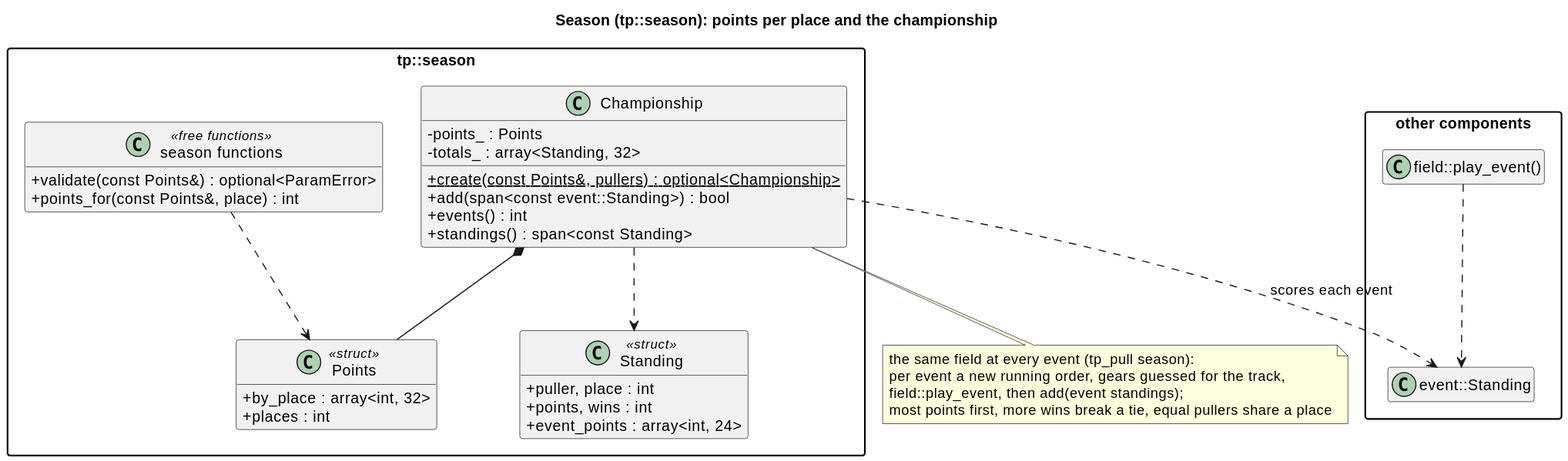
Earlier version of the PlantUML export docs/diagrams/svg/season_classes.svg (wversteeg/TractorPulling). Its diagram source:
```plantuml
@startuml
title Season (tp::season): points per place and the championship
hide empty members
skinparam packageStyle rectangle
skinparam classAttributeIconSize 0

package "other components" {
  class "event::Standing" as EventStanding
  class "field::play_event()" as Play
}

package "tp::season" {
  class Points <<struct>> {
    +by_place : array<int, 32>
    +places : int
  }
  class Standing <<struct>> {
    +puller, place : int
    +points, wins : int
    +event_points : array<int, 24>
  }
  class Championship {
    -points_ : Points
    -totals_ : array<Standing, 32>
    +{static} create(const Points&, pullers) : optional<Championship>
    +add(span<const event::Standing>) : bool
    +events() : int
    +standings() : span<const Standing>
  }
  class "season functions" as SeasonFns <<free functions>> {
    +validate(const Points&) : optional<ParamError>
    +points_for(const Points&, place) : int
  }
  Championship *-- Points
  Championship ..> Standing
  SeasonFns ..> Points
}
Championship ..> EventStanding : scores each event
note bottom of Championship
  the same field at every event (tp_pull season):
  per event a new running order, gears guessed for the track,
  field::play_event, then add(event standings);
  most points first, more wins break a tie, equal pullers share a place
end note
Play ..> EventStanding
@enduml
```
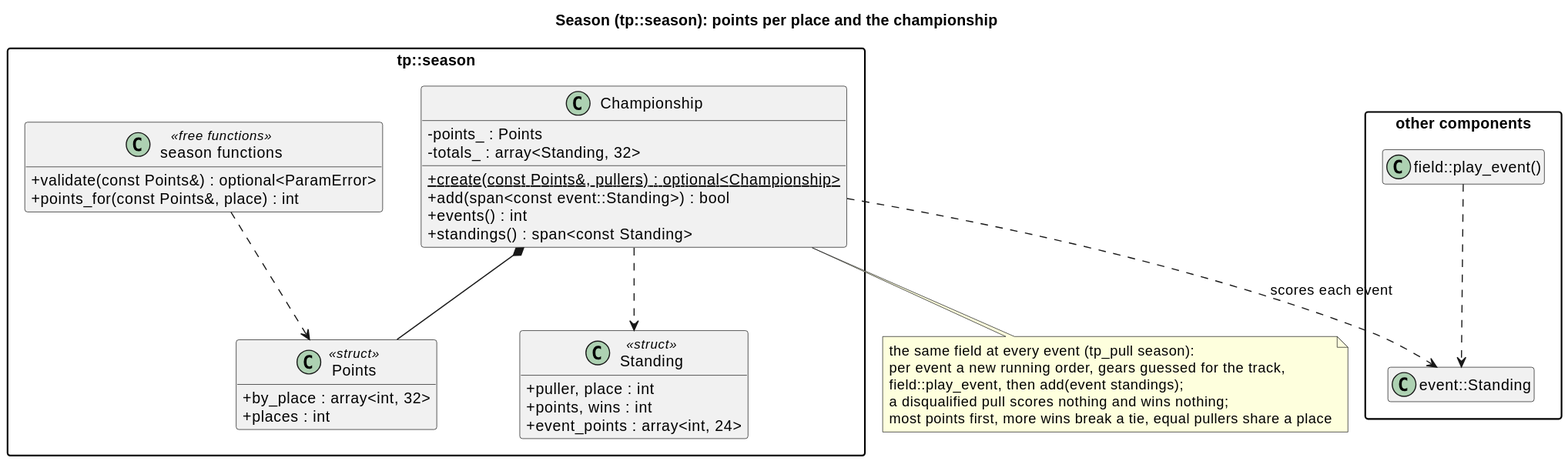
Later version of the same file.

What changed in the source:
```diff
@@ -40,6 +40,7 @@
   the same field at every event (tp_pull season):
   per event a new running order, gears guessed for the track,
   field::play_event, then add(event standings);
+  a disqualified pull scores nothing and wins nothing;
   most points first, more wins break a tie, equal pullers share a place
 end note
 Play ..> EventStanding
```
